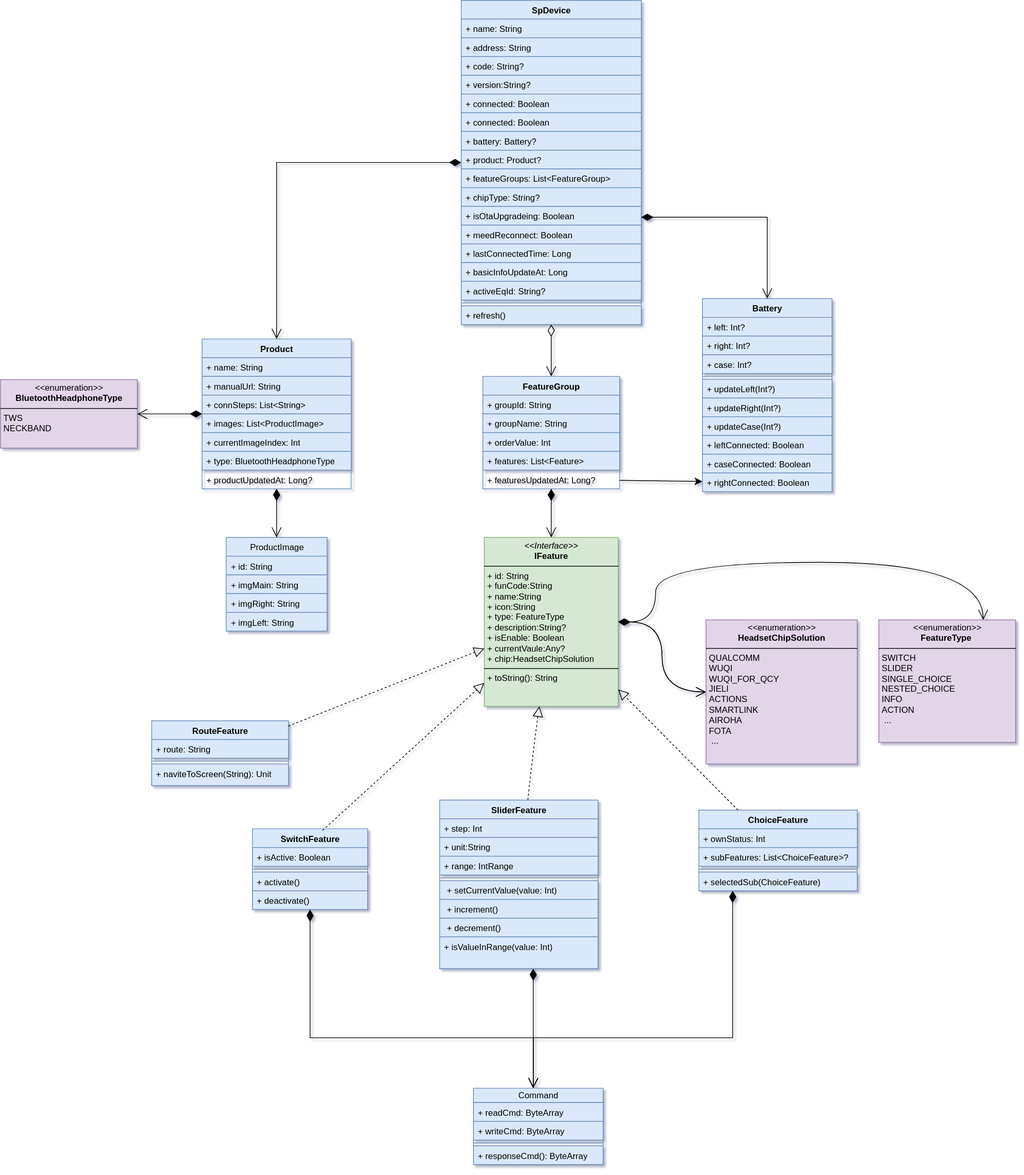
Earlier version of the draw.io export diagrams/drawio/architecture/sp-device.drawio.svg (kekemao00/draw-libs). Source tidied: cells renumbered, new cells last; positions are measured from the earlier drawing's top-left corner, leaving out a move shared by most shapes.
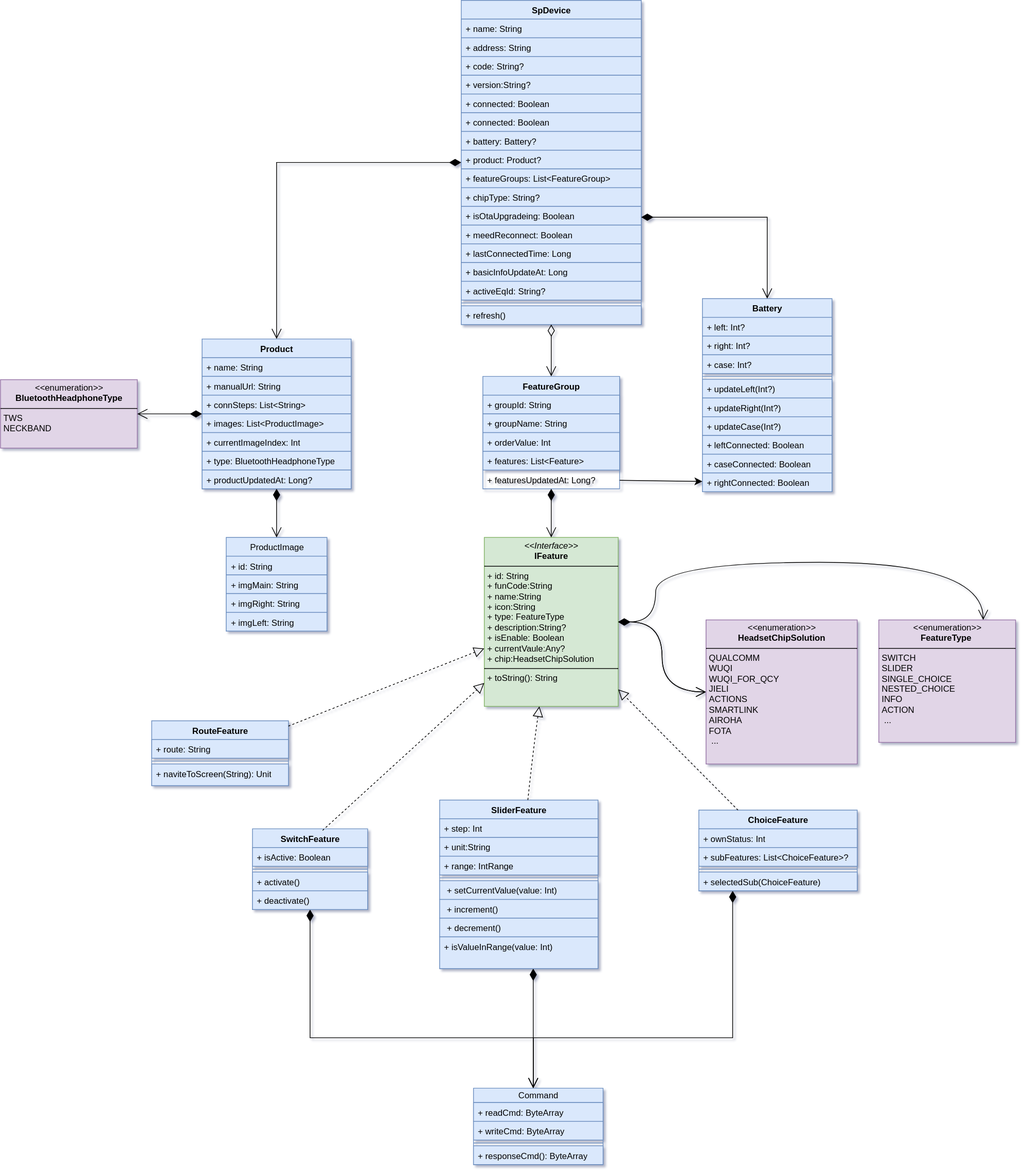
The same diagram one commit later.

Diff of the diagram source:
```diff
@@ -110,7 +110,7 @@
     <mxCell id="37" value="+ type:&amp;nbsp;&lt;span style=&quot;text-align: center;&quot;&gt;BluetoothHeadphoneType&lt;/span&gt;" style="text;strokeColor=#6c8ebf;fillColor=#dae8fc;align=left;verticalAlign=top;spacingLeft=4;spacingRight=4;overflow=hidden;whiteSpace=wrap;html=1;" parent="31" vertex="1">
       <mxGeometry y="156" width="207" height="26" as="geometry" />
     </mxCell>
-    <mxCell id="38" value="+ productUpdatedAt: Long?" style="text;strokeColor=none;fillColor=none;align=left;verticalAlign=top;spacingLeft=4;spacingRight=4;overflow=hidden;whiteSpace=wrap;html=1;" parent="31" vertex="1">
+    <mxCell id="38" value="+ productUpdatedAt: Long?" style="text;strokeColor=#6c8ebf;fillColor=#dae8fc;align=left;verticalAlign=top;spacingLeft=4;spacingRight=4;overflow=hidden;whiteSpace=wrap;html=1;" parent="31" vertex="1">
       <mxGeometry y="182" width="207" height="26" as="geometry" />
     </mxCell>
     <mxCell id="39" value="ProductImage" style="swimlane;fontStyle=0;horizontal=1;startSize=26;fillColor=#dae8fc;whiteSpace=wrap;html=1;strokeColor=#6c8ebf;" parent="1" vertex="1">
```
